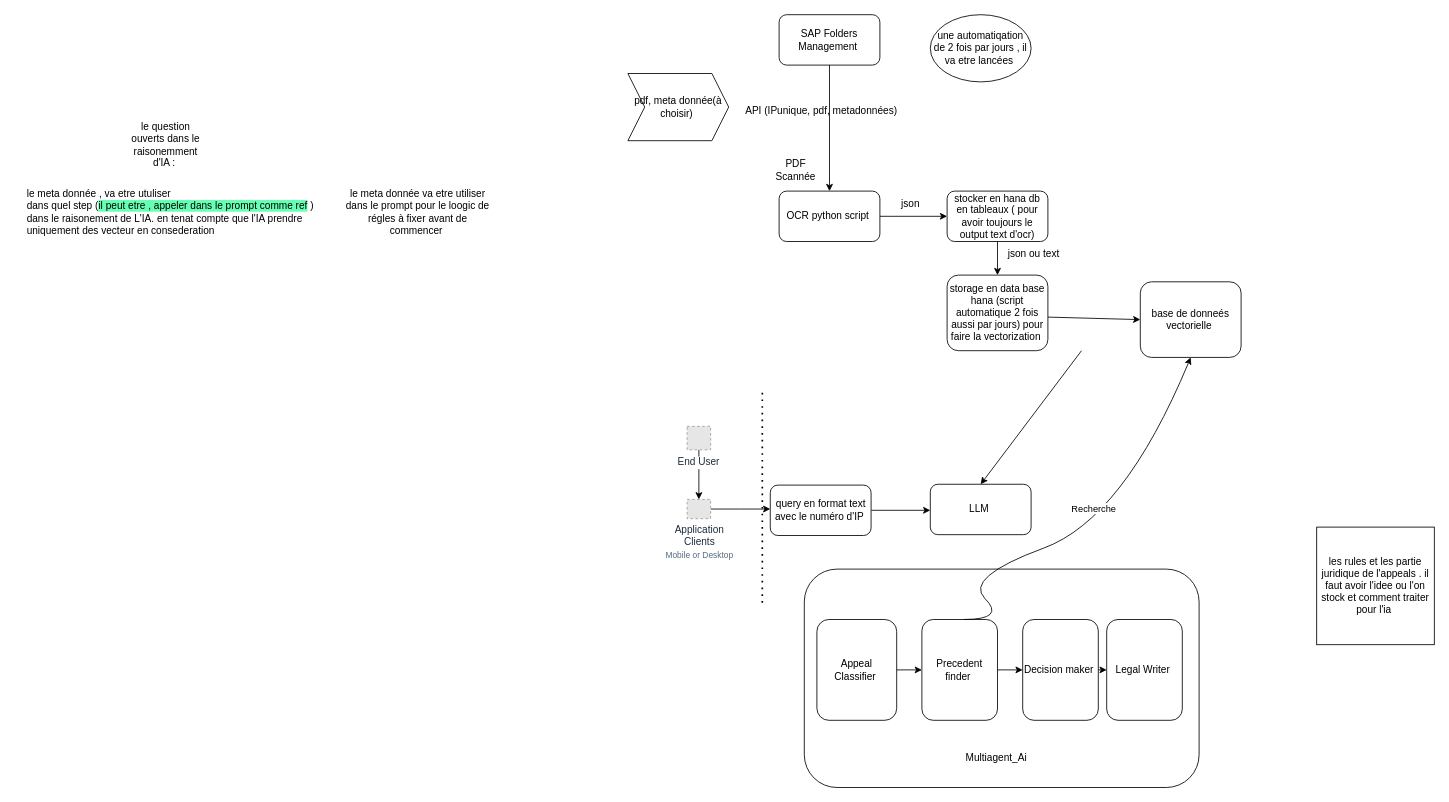
Earlier version of the draw.io diagram architectureAI_appeals.drawio (sahar389/algorithme.data_structre). Source tidied: cells renumbered, new cells numbered last; positions are measured from the earlier drawing's top-left corner, leaving out a move shared by most shapes. Both pictures are drawn from the tidied source at 84%, with x=0, y=0 at pixel (14, 14). Pictures stored in the file or linked from it are replaced by grey dashed boxes.
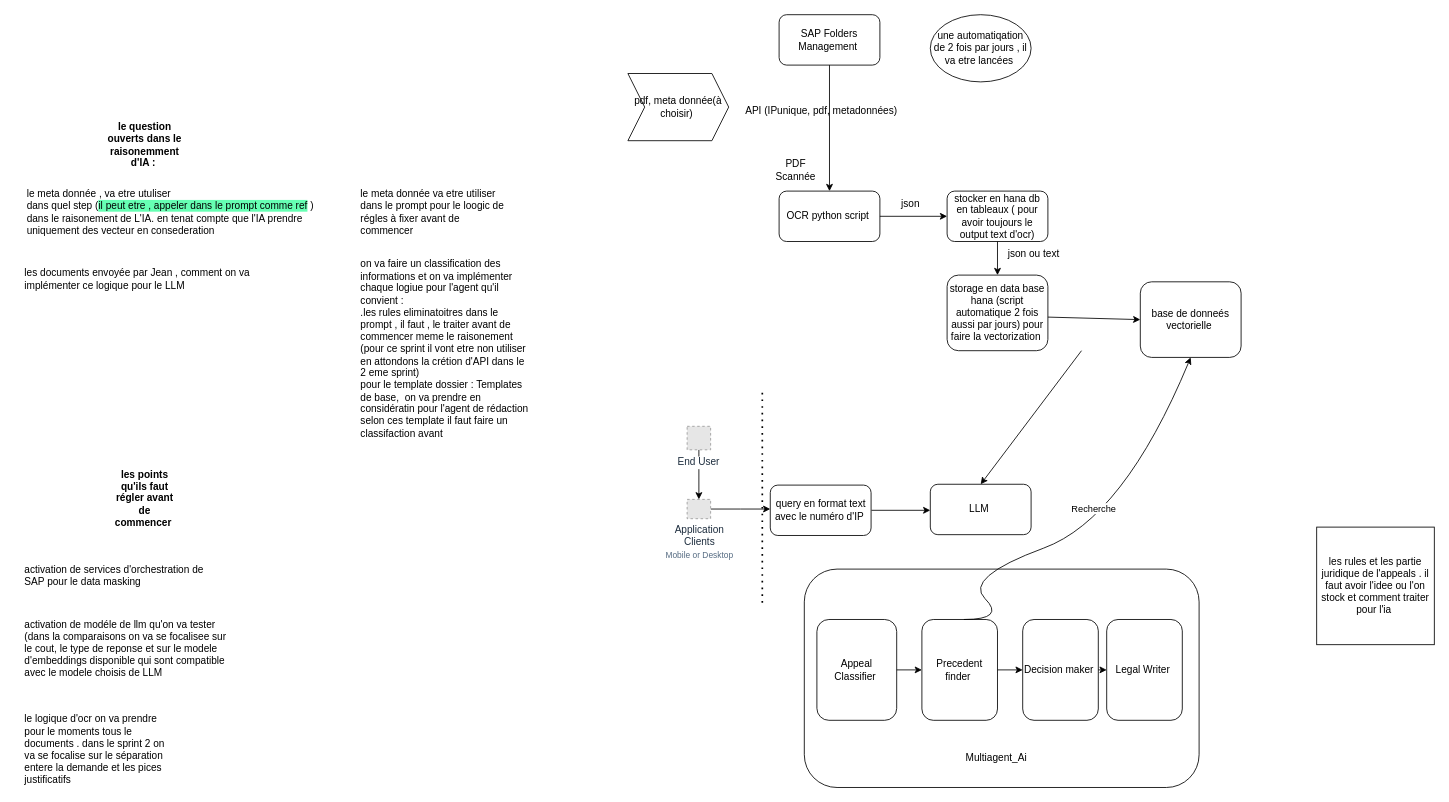
The same diagram, later.

The edit, as a diff of the source:
```diff
@@
-    <mxCell id="38" value="le question ouverts dans le raisonemment d'IA :&amp;nbsp;" style="text;html=1;align=center;verticalAlign=middle;whiteSpace=wrap;rounded=0;" parent="1" vertex="1">
-      <mxGeometry x="130" y="140" width="100" height="30" as="geometry" />
+    <mxCell id="38" value="&lt;b&gt;le question ouverts dans le raisonemment d'IA :&amp;nbsp;&lt;/b&gt;" style="text;html=1;align=center;verticalAlign=middle;whiteSpace=wrap;rounded=0;" parent="1" vertex="1">
+      <mxGeometry x="105" y="140" width="100" height="30" as="geometry" />
     </mxCell>
@@
-    <mxCell id="40" value="le meta donnée va etre utiliser dans le prompt pour le loogic de régles à fixer avant de commencer&amp;nbsp;" style="text;html=1;align=center;verticalAlign=middle;whiteSpace=wrap;rounded=0;" parent="1" vertex="1">
-      <mxGeometry x="390" y="220" width="180" height="30" as="geometry" />
+    <mxCell id="40" value="le meta donnée va etre utiliser dans le prompt pour le loogic de régles à fixer avant de commencer&amp;nbsp;" style="text;html=1;align=left;verticalAlign=middle;whiteSpace=wrap;rounded=0;" parent="1" vertex="1">
+      <mxGeometry x="410" y="220" width="180" height="30" as="geometry" />
     </mxCell>
+    <mxCell id="41" value="les documents envoyée par Jean , comment on va implémenter ce logique pour le LLM&amp;nbsp;" style="text;html=1;align=left;verticalAlign=middle;whiteSpace=wrap;rounded=0;" parent="1" vertex="1">
+      <mxGeometry x="10" y="300" width="310" height="30" as="geometry" />
+    </mxCell>
+    <mxCell id="42" value="on va faire un classification des informations et on va implémenter chaque logiue pour l'agent qu'il convient :&amp;nbsp;&lt;div&gt;.les rules eliminatoitres dans le prompt , il faut , le traiter avant de commencer meme le raisonement (pour ce sprint il vont etre non utiliser en attondons la crétion d'API dans le 2 eme sprint)&amp;nbsp;&lt;/div&gt;&lt;div&gt;pour le template dossier : Templates de base,&amp;nbsp; on va prendre en considératin pour l'agent de rédaction selon ces template il faut faire un classifaction avant&amp;nbsp;&lt;br&gt;&lt;div&gt;&lt;br&gt;&lt;/div&gt;&lt;/div&gt;" style="text;html=1;align=left;verticalAlign=middle;whiteSpace=wrap;rounded=0;" parent="1" vertex="1">
+      <mxGeometry x="410" y="390" width="205" height="30" as="geometry" />
+    </mxCell>
+    <mxCell id="43" value="&lt;b&gt;les points qu'ils faut régler avant de commencer&amp;nbsp;&lt;/b&gt;" style="text;html=1;align=center;verticalAlign=middle;whiteSpace=wrap;rounded=0;" parent="1" vertex="1">
+      <mxGeometry x="130" y="560" width="50" height="32" as="geometry" />
+    </mxCell>
+    <mxCell id="44" style="edgeStyle=orthogonalEdgeStyle;rounded=0;orthogonalLoop=1;jettySize=auto;html=1;exitX=0.5;exitY=1;exitDx=0;exitDy=0;" parent="1" edge="1" source="43" target="43">
+      <mxGeometry relative="1" as="geometry" />
+    </mxCell>
+    <mxCell id="45" value="activation de services d'orchestration de SAP pour le data masking&amp;nbsp;&lt;div&gt;&lt;br&gt;&lt;/div&gt;" style="text;html=1;align=left;verticalAlign=middle;whiteSpace=wrap;rounded=0;" parent="1" vertex="1">
+      <mxGeometry x="10" y="660" width="230" height="30" as="geometry" />
+    </mxCell>
+    <mxCell id="46" value="&lt;div&gt;activation de modéle de llm qu'on va tester (dans la comparaisons on va se focalisee sur le cout, le type de reponse et sur le modele d'embeddings disponible qui sont compatible avec le modele choisis de LLM&amp;nbsp;&lt;/div&gt;" style="text;html=1;align=left;verticalAlign=middle;whiteSpace=wrap;rounded=0;" parent="1" vertex="1">
+      <mxGeometry x="10" y="740" width="250" height="30" as="geometry" />
+    </mxCell>
+    <mxCell id="47" value="le logique d'ocr on va prendre pour le moments tous le documents . dans le sprint 2 on va se focalise sur le séparation entere la demande et les pices justificatifs&amp;nbsp;" style="text;html=1;align=left;verticalAlign=middle;whiteSpace=wrap;rounded=0;" parent="1" vertex="1">
+      <mxGeometry x="10" y="860" width="180" height="30" as="geometry" />
+    </mxCell>
```
